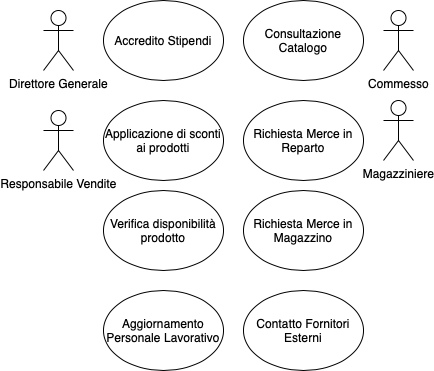
The draw.io diagram Diagrammi/Diagramma dei Casi d'Uso.png in Carmineh/IT-Manager, before a commit. Source tidied: cells renumbered, new cells last; positions are measured from the earlier drawing's top-left corner, leaving out a move shared by most shapes.
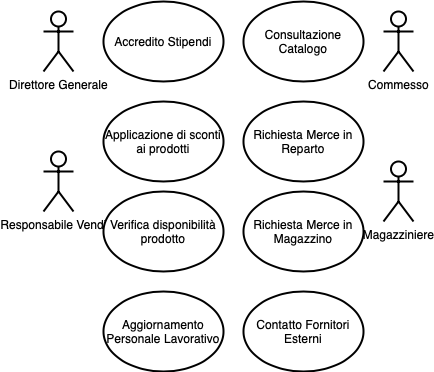
The same diagram one commit later.

Diff of the diagram source:
```diff
@@ -2,40 +2,40 @@
   <root>
     <mxCell id="0" />
     <mxCell id="1" parent="0" />
-    <mxCell id="2" value="Direttore Generale" style="shape=umlActor;verticalLabelPosition=bottom;verticalAlign=top;html=1;" parent="1" vertex="1">
+    <mxCell id="2" value="Direttore Generale" style="shape=umlActor;verticalLabelPosition=bottom;verticalAlign=top;html=1;strokeWidth=2;" parent="1" vertex="1">
       <mxGeometry y="10" width="30" height="60" as="geometry" />
     </mxCell>
-    <mxCell id="3" value="Magazziniere" style="shape=umlActor;verticalLabelPosition=bottom;verticalAlign=top;html=1;" parent="1" vertex="1">
-      <mxGeometry x="340" y="100" width="30" height="60" as="geometry" />
+    <mxCell id="3" value="Magazziniere" style="shape=umlActor;verticalLabelPosition=bottom;verticalAlign=top;html=1;strokeWidth=2;" parent="1" vertex="1">
+      <mxGeometry x="340" y="160" width="30" height="60" as="geometry" />
     </mxCell>
-    <mxCell id="4" value="Responsabile Vendite" style="shape=umlActor;verticalLabelPosition=bottom;verticalAlign=top;html=1;" parent="1" vertex="1">
-      <mxGeometry y="110" width="30" height="60" as="geometry" />
+    <mxCell id="4" value="Responsabile Vendite" style="shape=umlActor;verticalLabelPosition=bottom;verticalAlign=top;html=1;strokeWidth=2;" parent="1" vertex="1">
+      <mxGeometry y="150" width="30" height="60" as="geometry" />
     </mxCell>
-    <mxCell id="5" value="Commesso&lt;br&gt;" style="shape=umlActor;verticalLabelPosition=bottom;verticalAlign=top;html=1;" parent="1" vertex="1">
+    <mxCell id="5" value="Commesso&lt;br&gt;" style="shape=umlActor;verticalLabelPosition=bottom;verticalAlign=top;html=1;strokeWidth=2;" parent="1" vertex="1">
       <mxGeometry x="340" y="10" width="30" height="60" as="geometry" />
     </mxCell>
-    <mxCell id="6" value="Applicazione di sconti ai prodotti" style="ellipse;whiteSpace=wrap;html=1;" parent="1" vertex="1">
+    <mxCell id="6" value="Applicazione di sconti ai prodotti" style="ellipse;whiteSpace=wrap;html=1;strokeWidth=2;" parent="1" vertex="1">
       <mxGeometry x="60" y="100" width="120" height="80" as="geometry" />
     </mxCell>
-    <mxCell id="7" value="Consultazione Catalogo" style="ellipse;whiteSpace=wrap;html=1;" parent="1" vertex="1">
+    <mxCell id="7" value="Consultazione Catalogo" style="ellipse;whiteSpace=wrap;html=1;strokeWidth=2;" parent="1" vertex="1">
       <mxGeometry x="200" width="120" height="80" as="geometry" />
     </mxCell>
-    <mxCell id="8" value="Verifica disponibilità prodotto" style="ellipse;whiteSpace=wrap;html=1;" parent="1" vertex="1">
+    <mxCell id="8" value="Verifica disponibilità prodotto" style="ellipse;whiteSpace=wrap;html=1;strokeWidth=2;" parent="1" vertex="1">
       <mxGeometry x="60" y="190" width="120" height="80" as="geometry" />
     </mxCell>
-    <mxCell id="9" value="Richiesta Merce in Reparto" style="ellipse;whiteSpace=wrap;html=1;" parent="1" vertex="1">
+    <mxCell id="9" value="Richiesta Merce in Reparto" style="ellipse;whiteSpace=wrap;html=1;strokeWidth=2;" parent="1" vertex="1">
       <mxGeometry x="200" y="100" width="120" height="80" as="geometry" />
     </mxCell>
-    <mxCell id="10" value="Accredito Stipendi" style="ellipse;whiteSpace=wrap;html=1;" parent="1" vertex="1">
+    <mxCell id="10" value="Accredito Stipendi" style="ellipse;whiteSpace=wrap;html=1;strokeWidth=2;" parent="1" vertex="1">
       <mxGeometry x="60" width="120" height="80" as="geometry" />
     </mxCell>
-    <mxCell id="11" value="Richiesta Merce in Magazzino" style="ellipse;whiteSpace=wrap;html=1;" parent="1" vertex="1">
+    <mxCell id="11" value="Richiesta Merce in Magazzino" style="ellipse;whiteSpace=wrap;html=1;strokeWidth=2;" parent="1" vertex="1">
       <mxGeometry x="200" y="190" width="120" height="80" as="geometry" />
     </mxCell>
-    <mxCell id="12" value="Aggiornamento Personale Lavorativo" style="ellipse;whiteSpace=wrap;html=1;" parent="1" vertex="1">
+    <mxCell id="12" value="Aggiornamento Personale Lavorativo" style="ellipse;whiteSpace=wrap;html=1;strokeWidth=2;" parent="1" vertex="1">
       <mxGeometry x="60" y="290" width="120" height="80" as="geometry" />
     </mxCell>
-    <mxCell id="13" value="Contatto Fornitori Esterni" style="ellipse;whiteSpace=wrap;html=1;" parent="1" vertex="1">
+    <mxCell id="13" value="Contatto Fornitori Esterni" style="ellipse;whiteSpace=wrap;html=1;strokeWidth=2;" parent="1" vertex="1">
       <mxGeometry x="200" y="290" width="120" height="80" as="geometry" />
     </mxCell>
   </root>
```
